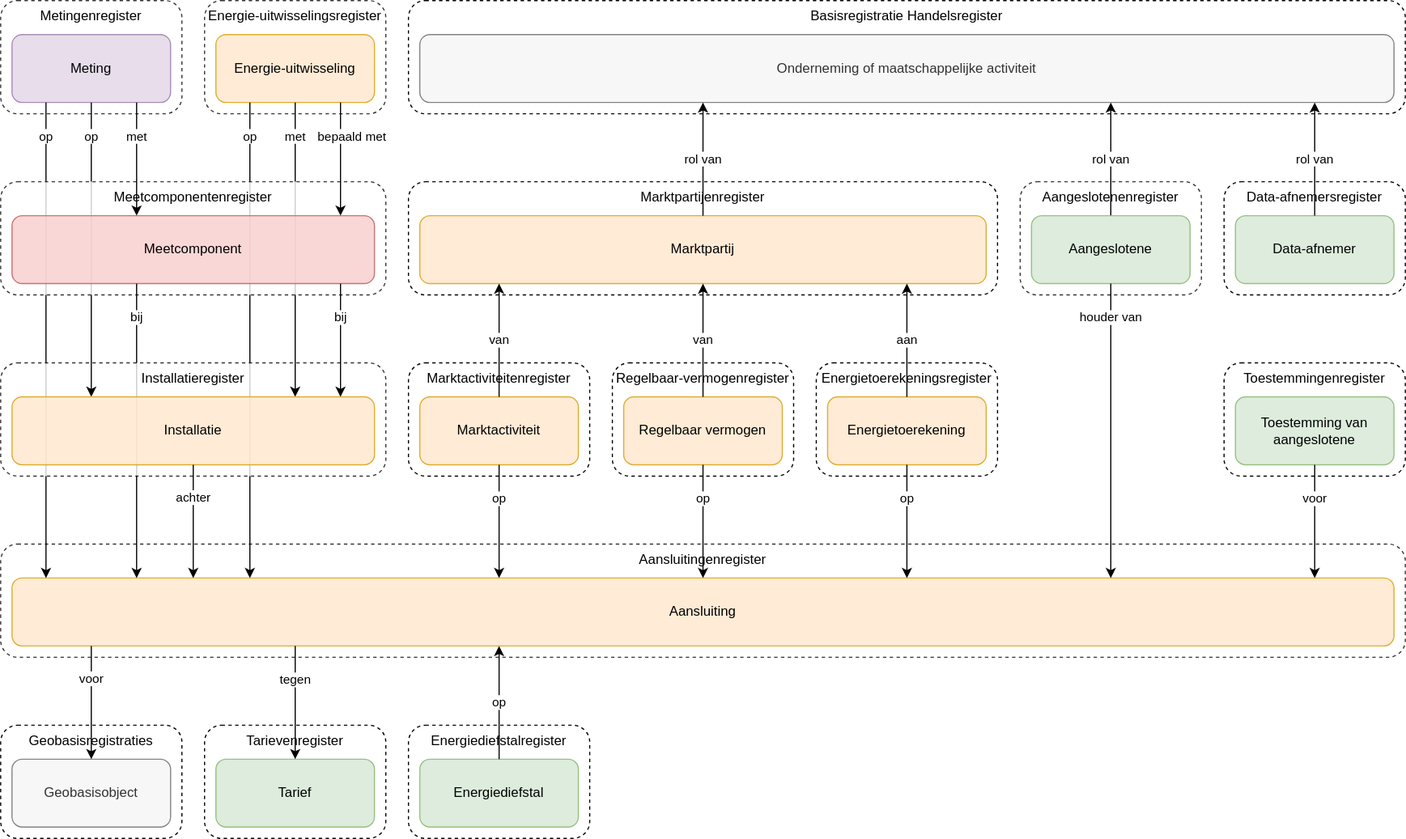
Earlier version of the draw.io export docs/assets/images/stelselplaat.drawio.svg (sefanja/nbnl-conceptuele-informatiemodellen). Source tidied: cells renumbered, new cells last; positions are measured from the earlier drawing's top-left corner, leaving out a move shared by most shapes.
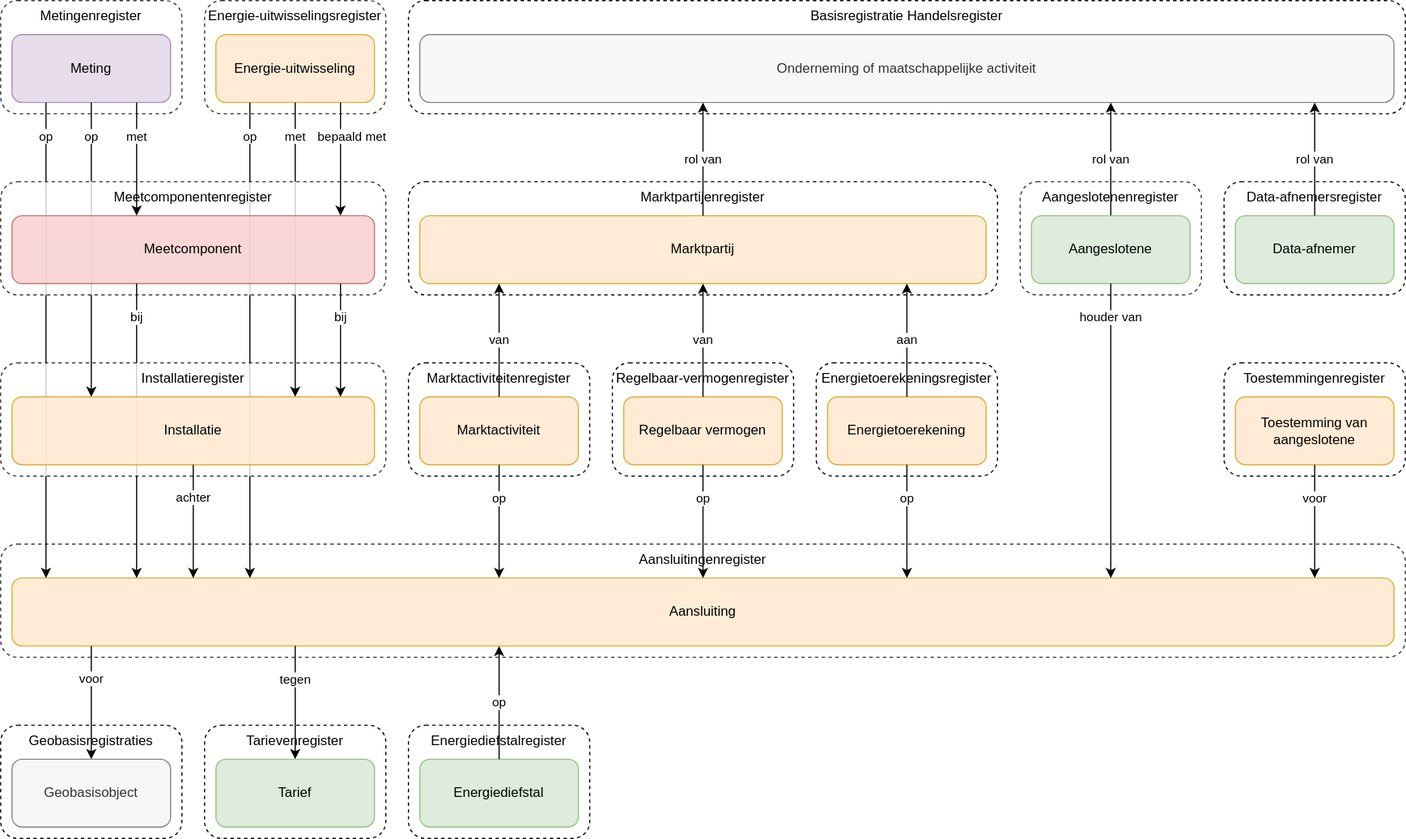
Above is the later version.

What changed in the source:
```diff
@@ -20,7 +20,7 @@
     <mxCell id="7" value="Marktactiviteit" style="rounded=1;whiteSpace=wrap;html=1;fillColor=#ffe6cc;strokeColor=#d79b00;opacity=80;" parent="1" vertex="1">
       <mxGeometry x="370" y="350" width="140" height="60" as="geometry" />
     </mxCell>
-    <mxCell id="8" value="Toestemming van aangeslotene" style="rounded=1;whiteSpace=wrap;html=1;fillColor=#d5e8d4;strokeColor=#82b366;opacity=80;" parent="1" vertex="1">
+    <mxCell id="8" value="Toestemming van aangeslotene" style="rounded=1;whiteSpace=wrap;html=1;fillColor=#ffe6cc;strokeColor=#d79b00;opacity=80;" parent="1" vertex="1">
       <mxGeometry x="1090" y="350" width="140" height="60" as="geometry" />
     </mxCell>
     <mxCell id="9" value="Regelbaar vermogen" style="rounded=1;whiteSpace=wrap;html=1;fillColor=#ffe6cc;strokeColor=#d79b00;opacity=80;" parent="1" vertex="1">
```
